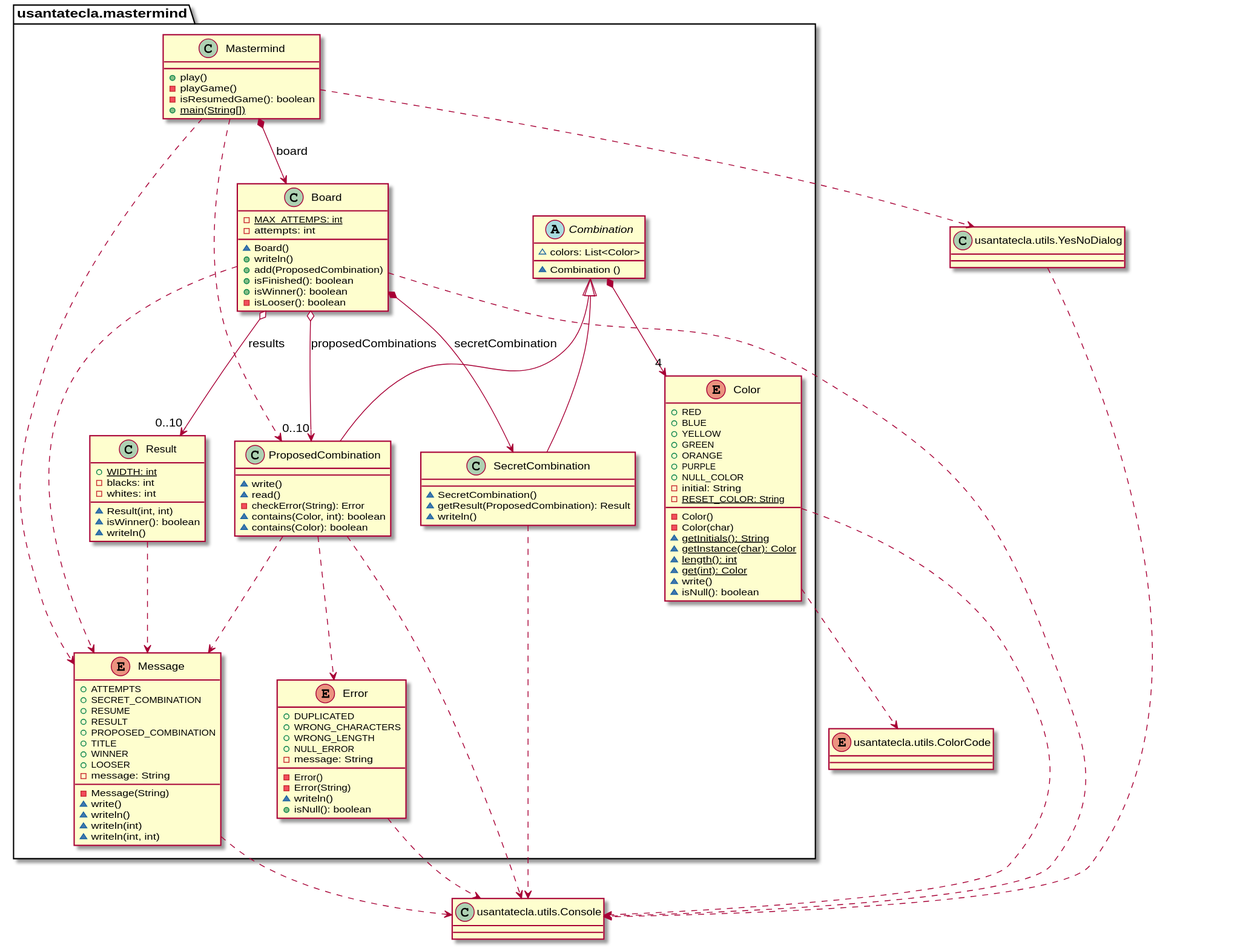
Above: domainModel/docs/diagrams/out/paquetes/mastermind.svg in SantaTecla-mastermind/solution.java.swing.socket.sql (PlantUML), before the change.
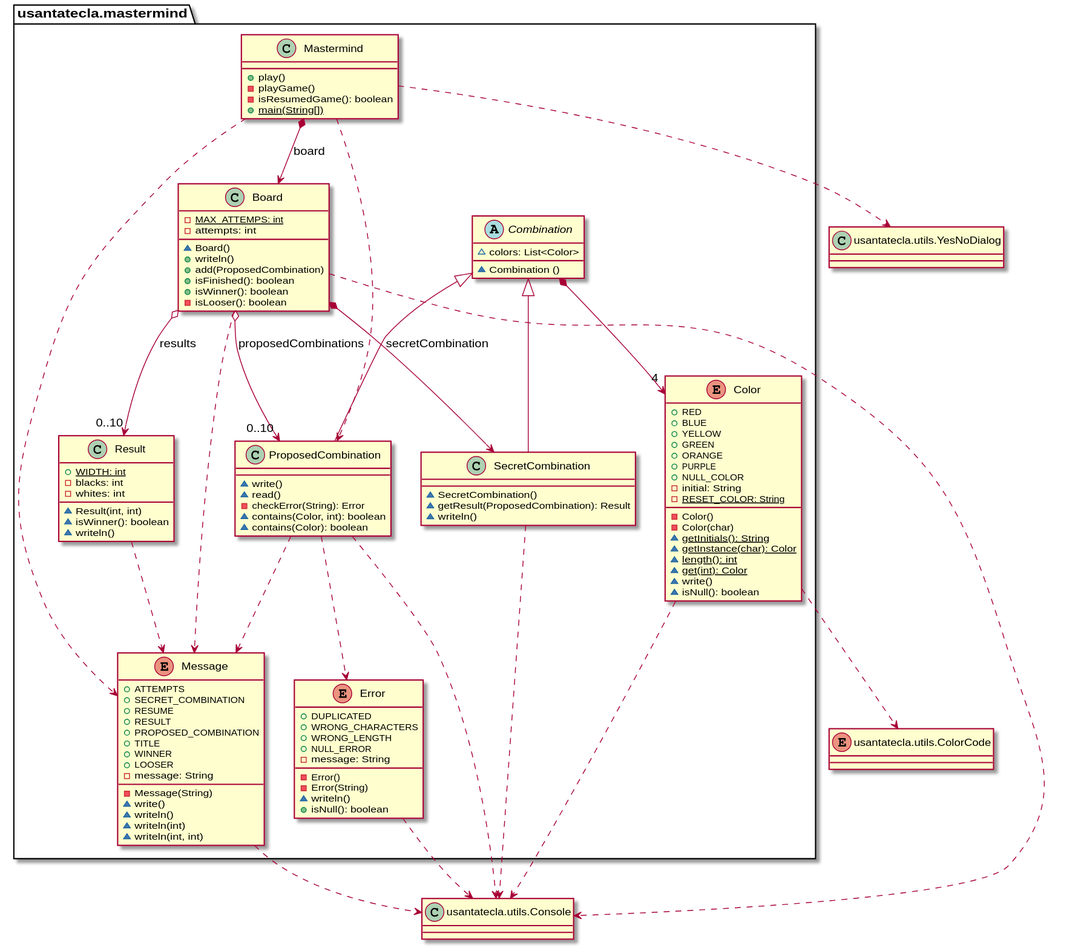
After the commit.

Commit message:
DomainModel diagrams completely finished

What changed in the source:
```diff
@@ -134,7 +134,7 @@
 
 
 
-YesNoDialog .down.> Console
+
 Board .down.> Console
 Color .down.> Console
 Color .down.> ColorCode
```
